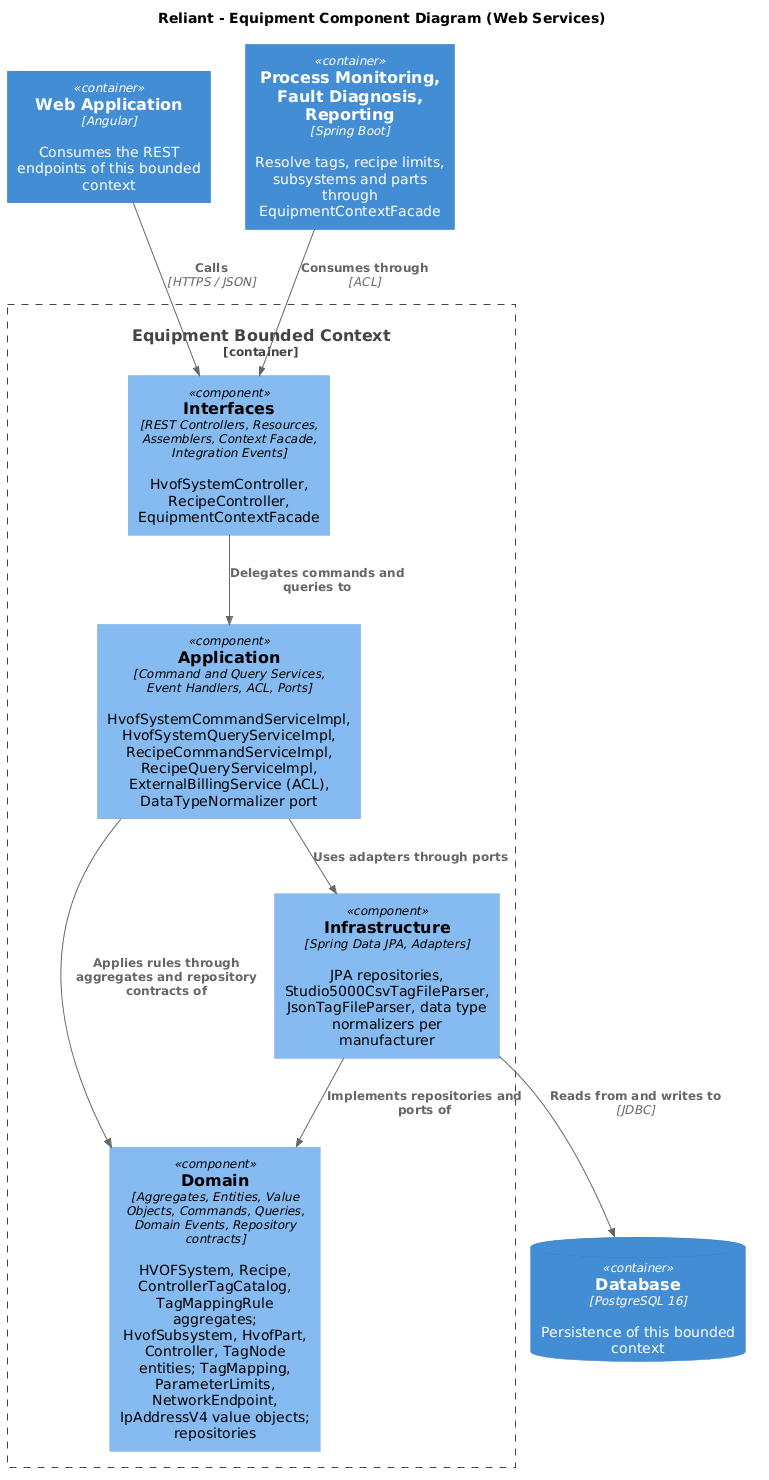
The PlantUML diagram assets/img/4.chapter-iv/4.6.domain-driven-software-architecture/4.6.4.software-architecture-components-diagrams/reliant-c4-components-equipment-web-services.png in upc-pre-202620-1asi0729-7753-innovacorp/reliant-report, before a commit.
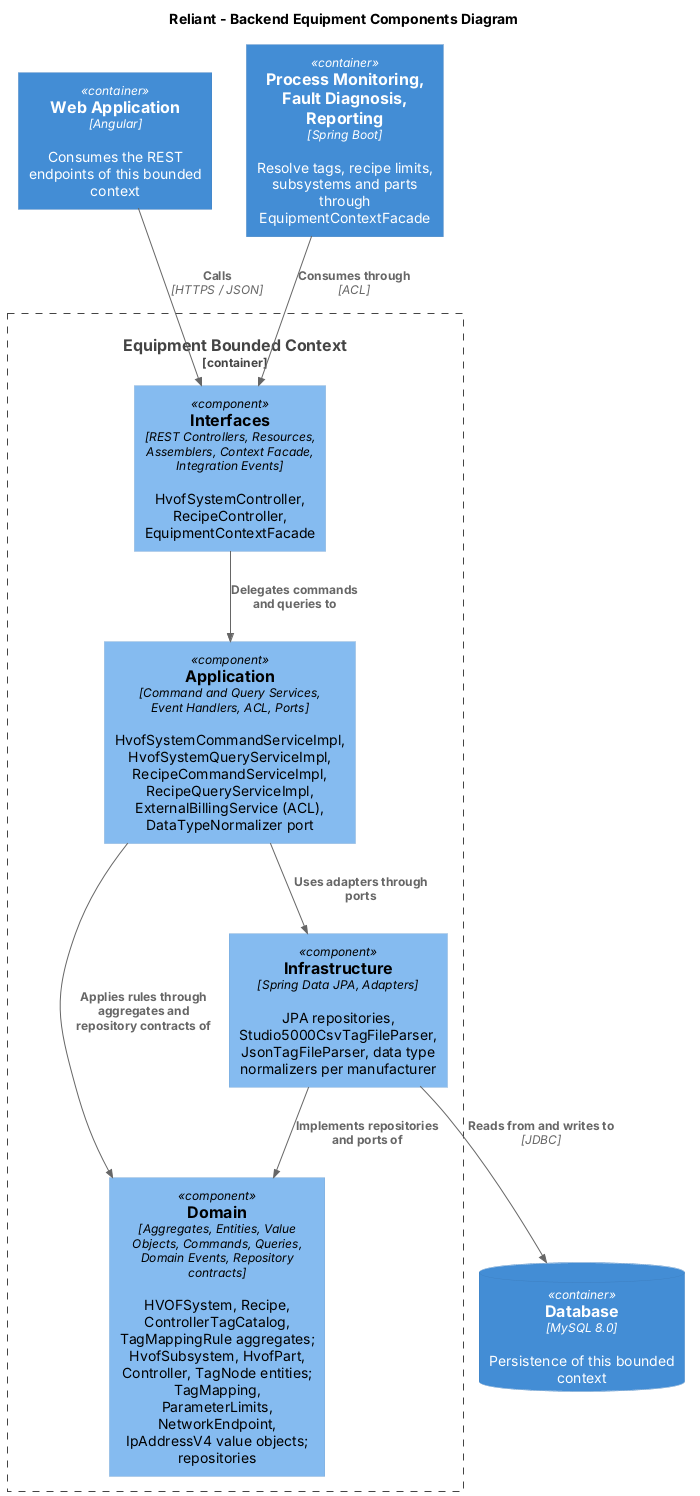
After the change.

The edit, as a diff of the source:
```diff
@@ -1,10 +1,10 @@
-@startuml
+@startuml "Components-Equipment"
 !includeurl https://raw.githubusercontent.com/plantuml-stdlib/C4-PlantUML/master/C4_Component.puml
 
-title Reliant - Equipment Component Diagram (Web Services)
+title Reliant - Backend Equipment Components Diagram
 
 Container(webapp, "Web Application", "Angular", "Consumes the REST endpoints of this bounded context")
-ContainerDb(db, "Database", "PostgreSQL 16", "Persistence of this bounded context")
+ContainerDb(db, "Database", "MySQL 8.0", "Persistence of this bounded context")
 Container(downstream, "Process Monitoring, Fault Diagnosis, Reporting", "Spring Boot", "Resolve tags, recipe limits, subsystems and parts through EquipmentContextFacade")
 
 Container_Boundary(bc, "Equipment Bounded Context") {
```
